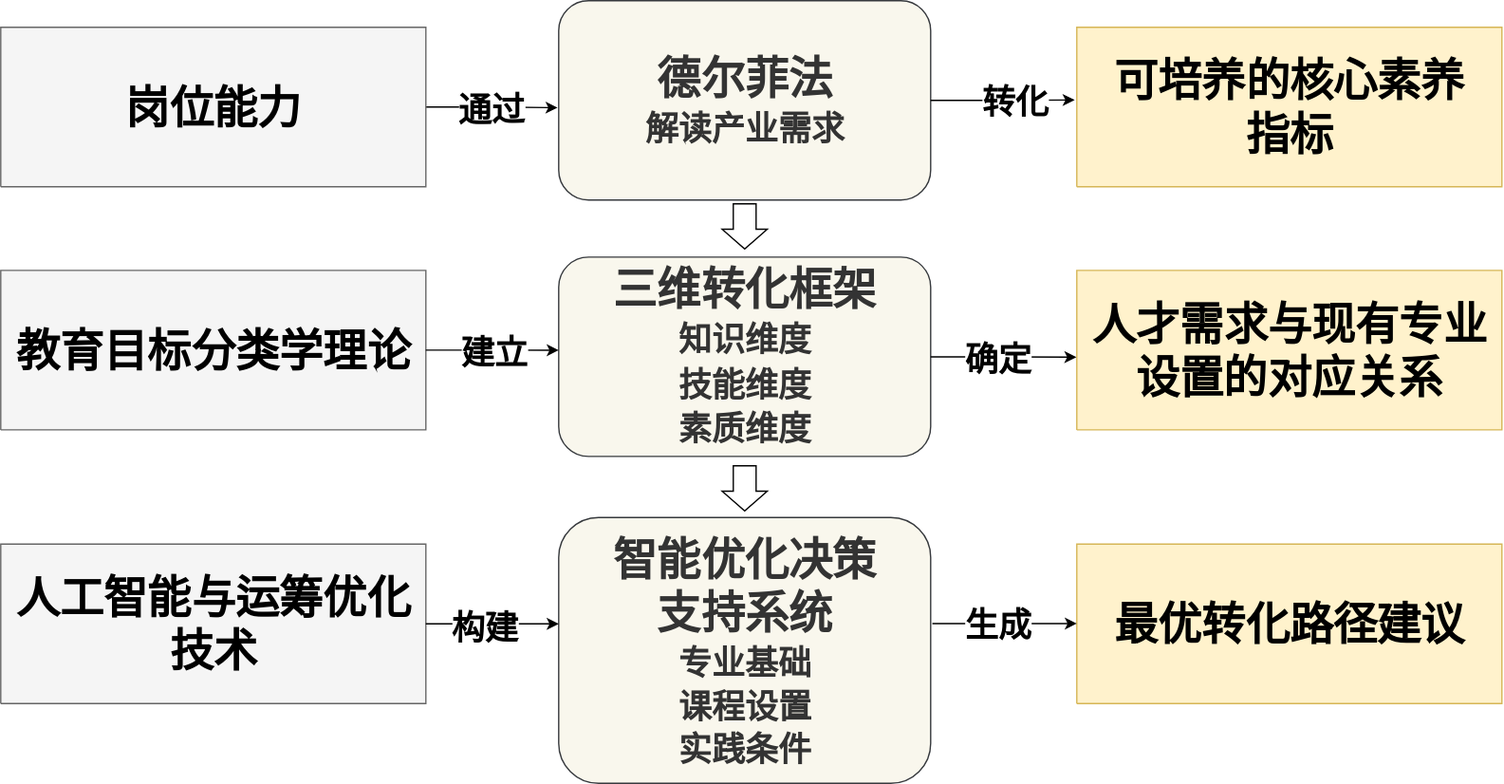
Above: 图3.drawio.svg in handsome-tony/picture (draw.io), before the change. Source tidied: cells renumbered, new cells last; positions are measured from the earlier drawing's top-left corner, leaving out a move shared by most shapes.
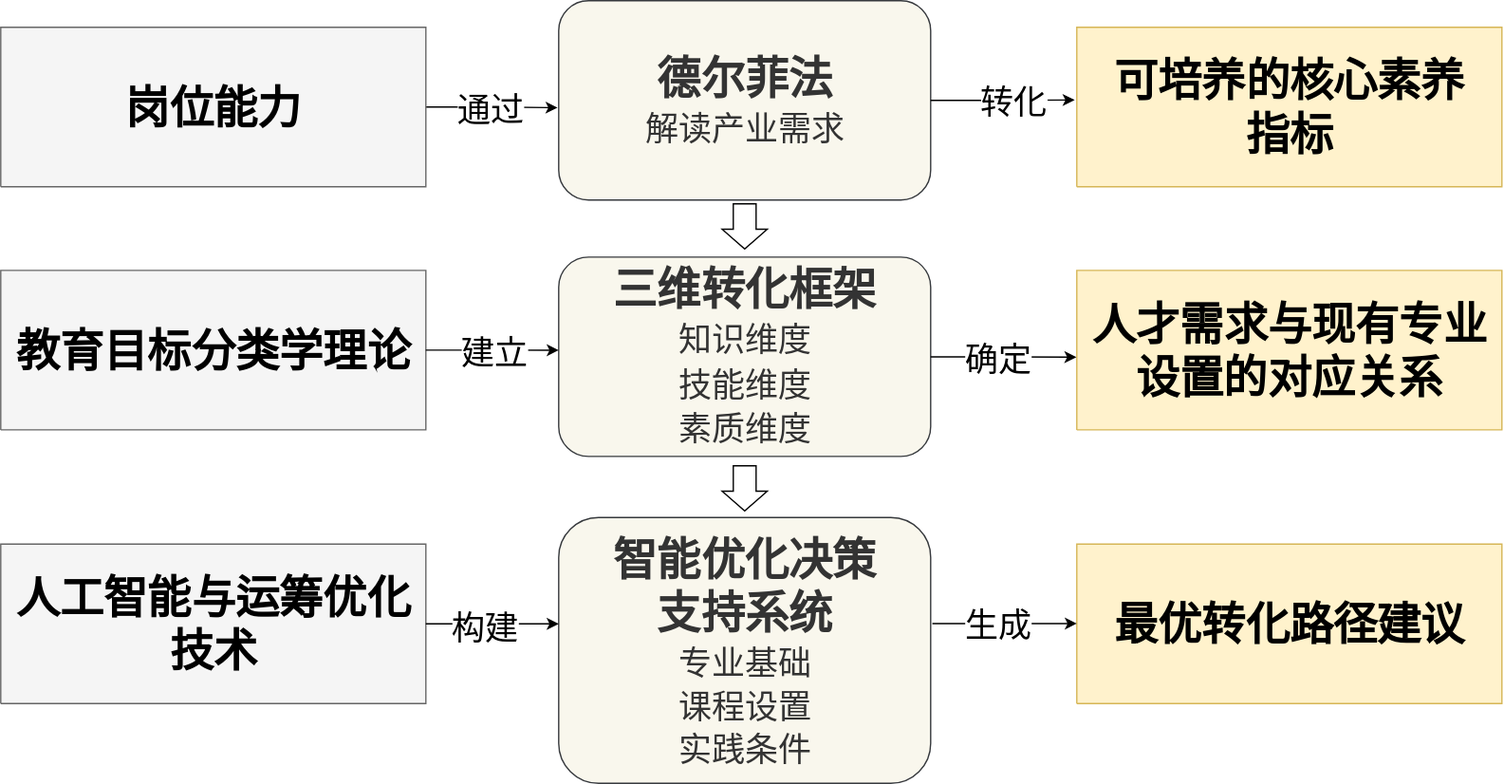
After the change.

Diff of the diagram source:
```diff
@@ -5,7 +5,7 @@
     <mxCell id="2" style="edgeStyle=orthogonalEdgeStyle;rounded=0;jettySize=auto;html=1;entryX=-0.003;entryY=0.537;entryDx=0;entryDy=0;entryPerimeter=0;" parent="1" edge="1" source="4" target="12">
       <mxGeometry relative="1" as="geometry" />
     </mxCell>
-    <mxCell id="3" value="&lt;font style=&quot;font-size: 25px;&quot;&gt;&lt;b&gt;通过&lt;/b&gt;&lt;/font&gt;" style="edgeLabel;html=1;align=center;verticalAlign=middle;" parent="2" vertex="1">
+    <mxCell id="3" value="&lt;font style=&quot;font-size: 25px;&quot;&gt;通过&lt;/font&gt;" style="edgeLabel;html=1;align=center;verticalAlign=middle;" parent="2" vertex="1">
       <mxGeometry x="-0.03" relative="1" as="geometry" />
     </mxCell>
     <mxCell id="4" value="&lt;div&gt;&lt;span style=&quot;background-color: transparent;&quot;&gt;&lt;font face=&quot;Helvetica&quot; style=&quot;font-size: 33px;&quot; color=&quot;#000000&quot;&gt;&lt;b style=&quot;&quot;&gt;岗位能力&lt;/b&gt;&lt;/font&gt;&lt;/span&gt;&lt;/div&gt;" style="verticalAlign=middle;align=center;overflow=width;vsdxID=4;fillColor=#f5f5f5;shape=(stored shape, 160 characters);strokeColor=#666666;spacingTop=-1;spacingBottom=-1;spacingLeft=-1;spacingRight=-1;points=[];labelBackgroundColor=none;rounded=0;html=1;whiteSpace=wrap;fontSize=28;fontColor=#333333;" parent="1" vertex="1">
@@ -20,7 +20,7 @@
     <mxCell id="7" value="&lt;div&gt;&lt;span style=&quot;background-color: transparent;&quot;&gt;&lt;font face=&quot;Helvetica&quot; style=&quot;font-size: 33px;&quot; color=&quot;#000000&quot;&gt;&lt;b style=&quot;&quot;&gt;可培养的核心素养&lt;/b&gt;&lt;/font&gt;&lt;/span&gt;&lt;/div&gt;&lt;div&gt;&lt;span style=&quot;background-color: transparent;&quot;&gt;&lt;font face=&quot;Helvetica&quot; style=&quot;font-size: 33px;&quot; color=&quot;#000000&quot;&gt;&lt;b style=&quot;&quot;&gt;指标&lt;/b&gt;&lt;/font&gt;&lt;/span&gt;&lt;/div&gt;" style="verticalAlign=middle;align=center;overflow=width;vsdxID=4;shape=(stored shape, 160 characters);spacingTop=-1;spacingBottom=-1;spacingLeft=-1;spacingRight=-1;points=[];labelBackgroundColor=none;rounded=0;html=1;whiteSpace=wrap;fontSize=28;fillColor=#fff2cc;strokeColor=#d6b656;" parent="1" vertex="1">
       <mxGeometry x="810" y="20" width="320" height="120" as="geometry" />
     </mxCell>
-    <mxCell id="8" value="&lt;div style=&quot;&quot;&gt;&lt;div style=&quot;color: rgb(51, 51, 51); font-size: 28px;&quot;&gt;&lt;span style=&quot;background-color: transparent; font-size: 33px;&quot;&gt;&lt;b style=&quot;&quot;&gt;&lt;font face=&quot;Helvetica&quot;&gt;智能优化决策&lt;/font&gt;&lt;/b&gt;&lt;/span&gt;&lt;/div&gt;&lt;div style=&quot;color: rgb(51, 51, 51); font-size: 28px;&quot;&gt;&lt;span style=&quot;background-color: transparent; font-size: 33px;&quot;&gt;&lt;b style=&quot;&quot;&gt;&lt;font face=&quot;Helvetica&quot;&gt;支持系统&lt;/font&gt;&lt;/b&gt;&lt;/span&gt;&lt;/div&gt;&lt;div style=&quot;color: rgb(51, 51, 51); font-size: 28px;&quot;&gt;&lt;b&gt;&lt;font&gt;&lt;span style=&quot;font-size: 25px;&quot;&gt;专业基础&lt;/span&gt;&lt;/font&gt;&lt;br&gt;&lt;/b&gt;&lt;/div&gt;&lt;div style=&quot;color: rgb(51, 51, 51); font-size: 28px;&quot;&gt;&lt;font&gt;&lt;span style=&quot;font-size: 25px;&quot;&gt;&lt;b&gt;课程设置&lt;/b&gt;&lt;/span&gt;&lt;/font&gt;&lt;/div&gt;&lt;div style=&quot;color: rgb(51, 51, 51);&quot;&gt;&lt;span style=&quot;font-size: 25px;&quot;&gt;&lt;b&gt;实践条件&lt;/b&gt;&lt;/span&gt;&lt;/div&gt;&lt;/div&gt;" style="rounded=1;whiteSpace=wrap;html=1;fillStyle=auto;fillColor=#f9f7ed;strokeColor=#36393d;" parent="1" vertex="1">
+    <mxCell id="8" value="&lt;div style=&quot;&quot;&gt;&lt;div style=&quot;color: rgb(51, 51, 51); font-size: 28px;&quot;&gt;&lt;span style=&quot;background-color: transparent; font-size: 33px;&quot;&gt;&lt;b style=&quot;&quot;&gt;&lt;font face=&quot;Helvetica&quot;&gt;智能优化决策&lt;/font&gt;&lt;/b&gt;&lt;/span&gt;&lt;/div&gt;&lt;div style=&quot;color: rgb(51, 51, 51); font-size: 28px;&quot;&gt;&lt;span style=&quot;background-color: transparent; font-size: 33px;&quot;&gt;&lt;b style=&quot;&quot;&gt;&lt;font face=&quot;Helvetica&quot;&gt;支持系统&lt;/font&gt;&lt;/b&gt;&lt;/span&gt;&lt;/div&gt;&lt;div style=&quot;color: rgb(51, 51, 51); font-size: 28px;&quot;&gt;&lt;font style=&quot;&quot;&gt;&lt;span style=&quot;font-size: 25px;&quot;&gt;专业基础&lt;/span&gt;&lt;/font&gt;&lt;br&gt;&lt;/div&gt;&lt;div style=&quot;color: rgb(51, 51, 51); font-size: 28px;&quot;&gt;&lt;font&gt;&lt;span style=&quot;font-size: 25px;&quot;&gt;课程设置&lt;/span&gt;&lt;/font&gt;&lt;/div&gt;&lt;div style=&quot;color: rgb(51, 51, 51);&quot;&gt;&lt;span style=&quot;font-size: 25px;&quot;&gt;实践条件&lt;/span&gt;&lt;/div&gt;&lt;/div&gt;" style="rounded=1;whiteSpace=wrap;html=1;fillStyle=auto;fillColor=#f9f7ed;strokeColor=#36393d;" parent="1" vertex="1">
       <mxGeometry x="420" y="389" width="280" height="200" as="geometry" />
     </mxCell>
     <mxCell id="9" value="&lt;span style=&quot;font-size: 33px;&quot;&gt;&lt;b style=&quot;&quot;&gt;&lt;font face=&quot;Helvetica&quot;&gt;人才需求与现有专业设置的对应关系&lt;/font&gt;&lt;/b&gt;&lt;/span&gt;" style="verticalAlign=middle;align=center;overflow=width;vsdxID=4;shape=(stored shape, 160 characters);spacingTop=-1;spacingBottom=-1;spacingLeft=-1;spacingRight=-1;points=[];labelBackgroundColor=none;rounded=0;html=1;whiteSpace=wrap;fontSize=28;fillColor=#fff2cc;strokeColor=#d6b656;" parent="1" vertex="1">
@@ -29,22 +29,22 @@
     <mxCell id="10" value="&lt;span style=&quot;font-size: 33px;&quot;&gt;&lt;b style=&quot;&quot;&gt;&lt;font face=&quot;Helvetica&quot;&gt;最优转化路径建议&lt;/font&gt;&lt;/b&gt;&lt;/span&gt;" style="verticalAlign=middle;align=center;overflow=width;vsdxID=4;shape=(stored shape, 160 characters);spacingTop=-1;spacingBottom=-1;spacingLeft=-1;spacingRight=-1;labelBackgroundColor=none;rounded=0;html=1;whiteSpace=wrap;fontSize=28;fillColor=#fff2cc;strokeColor=#d6b656;" parent="1" vertex="1">
       <mxGeometry x="810" y="409" width="320" height="120" as="geometry" />
     </mxCell>
-    <mxCell id="11" value="&lt;div style=&quot;&quot;&gt;&lt;div style=&quot;color: rgb(51, 51, 51); font-size: 28px;&quot;&gt;&lt;div style=&quot;color: rgb(51, 51, 51);&quot;&gt;&lt;span style=&quot;background-color: transparent; font-size: 33px;&quot;&gt;&lt;b style=&quot;&quot;&gt;&lt;font face=&quot;Helvetica&quot;&gt;三维转化框架&lt;/font&gt;&lt;/b&gt;&lt;/span&gt;&lt;/div&gt;&lt;div style=&quot;color: rgb(51, 51, 51);&quot;&gt;&lt;b&gt;&lt;span style=&quot;font-size: 25px;&quot;&gt;知识维度&lt;/span&gt;&lt;br&gt;&lt;/b&gt;&lt;/div&gt;&lt;div style=&quot;color: rgb(51, 51, 51);&quot;&gt;&lt;span style=&quot;font-size: 25px;&quot;&gt;&lt;b&gt;技能维度&lt;/b&gt;&lt;/span&gt;&lt;/div&gt;&lt;div style=&quot;color: rgb(51, 51, 51);&quot;&gt;&lt;span style=&quot;font-size: 25px;&quot;&gt;&lt;b&gt;素质维度&lt;/b&gt;&lt;/span&gt;&lt;/div&gt;&lt;/div&gt;&lt;/div&gt;" style="rounded=1;whiteSpace=wrap;html=1;fillStyle=auto;fillColor=#f9f7ed;strokeColor=#36393d;" parent="1" vertex="1">
+    <mxCell id="11" value="&lt;div style=&quot;&quot;&gt;&lt;div style=&quot;color: rgb(51, 51, 51); font-size: 28px;&quot;&gt;&lt;div style=&quot;color: rgb(51, 51, 51);&quot;&gt;&lt;span style=&quot;background-color: transparent; font-size: 33px;&quot;&gt;&lt;b style=&quot;&quot;&gt;&lt;font face=&quot;Helvetica&quot;&gt;三维转化框架&lt;/font&gt;&lt;/b&gt;&lt;/span&gt;&lt;/div&gt;&lt;div style=&quot;color: rgb(51, 51, 51);&quot;&gt;&lt;span style=&quot;font-size: 25px;&quot;&gt;知识维度&lt;/span&gt;&lt;br&gt;&lt;/div&gt;&lt;div style=&quot;color: rgb(51, 51, 51);&quot;&gt;&lt;span style=&quot;font-size: 25px;&quot;&gt;技能维度&lt;/span&gt;&lt;/div&gt;&lt;div style=&quot;color: rgb(51, 51, 51);&quot;&gt;&lt;span style=&quot;font-size: 25px;&quot;&gt;素质维度&lt;/span&gt;&lt;/div&gt;&lt;/div&gt;&lt;/div&gt;" style="rounded=1;whiteSpace=wrap;html=1;fillStyle=auto;fillColor=#f9f7ed;strokeColor=#36393d;" parent="1" vertex="1">
       <mxGeometry x="420" y="193" width="280" height="150" as="geometry" />
     </mxCell>
-    <mxCell id="12" value="&lt;div style=&quot;&quot;&gt;&lt;div style=&quot;color: rgb(51, 51, 51); font-size: 28px;&quot;&gt;&lt;div style=&quot;color: rgb(51, 51, 51);&quot;&gt;&lt;div style=&quot;color: rgb(51, 51, 51);&quot;&gt;&lt;span style=&quot;background-color: transparent; font-size: 33px;&quot;&gt;&lt;b style=&quot;&quot;&gt;德尔菲法&lt;/b&gt;&lt;/span&gt;&lt;/div&gt;&lt;div style=&quot;color: rgb(51, 51, 51);&quot;&gt;&lt;span style=&quot;font-size: 25px;&quot;&gt;&lt;b&gt;解读产业需求&lt;/b&gt;&lt;/span&gt;&lt;/div&gt;&lt;/div&gt;&lt;/div&gt;&lt;/div&gt;" style="rounded=1;whiteSpace=wrap;html=1;fillStyle=auto;fillColor=#f9f7ed;strokeColor=#36393d;" parent="1" vertex="1">
+    <mxCell id="12" value="&lt;div style=&quot;&quot;&gt;&lt;div style=&quot;color: rgb(51, 51, 51); font-size: 28px;&quot;&gt;&lt;div style=&quot;color: rgb(51, 51, 51);&quot;&gt;&lt;div style=&quot;color: rgb(51, 51, 51);&quot;&gt;&lt;span style=&quot;background-color: transparent; font-size: 33px;&quot;&gt;&lt;b style=&quot;&quot;&gt;德尔菲法&lt;/b&gt;&lt;/span&gt;&lt;/div&gt;&lt;div style=&quot;color: rgb(51, 51, 51);&quot;&gt;&lt;span style=&quot;font-size: 25px;&quot;&gt;解读产业需求&lt;/span&gt;&lt;/div&gt;&lt;/div&gt;&lt;/div&gt;&lt;/div&gt;" style="rounded=1;whiteSpace=wrap;html=1;fillStyle=auto;fillColor=#f9f7ed;strokeColor=#36393d;" parent="1" vertex="1">
       <mxGeometry x="420" width="280" height="150" as="geometry" />
     </mxCell>
     <mxCell id="13" style="edgeStyle=orthogonalEdgeStyle;rounded=0;jettySize=auto;html=1;entryX=-0.005;entryY=0.456;entryDx=0;entryDy=0;entryPerimeter=0;" parent="1" edge="1" source="12" target="7">
       <mxGeometry relative="1" as="geometry" />
     </mxCell>
-    <mxCell id="14" value="&lt;font style=&quot;font-size: 25px;&quot;&gt;&lt;b&gt;转化&lt;/b&gt;&lt;/font&gt;" style="edgeLabel;html=1;align=center;verticalAlign=middle;" parent="13" vertex="1">
+    <mxCell id="14" value="&lt;font style=&quot;font-size: 25px;&quot;&gt;转化&lt;/font&gt;" style="edgeLabel;html=1;align=center;verticalAlign=middle;" parent="13" vertex="1">
       <mxGeometry x="0.14" relative="1" as="geometry" />
     </mxCell>
     <mxCell id="15" style="edgeStyle=orthogonalEdgeStyle;rounded=0;jettySize=auto;html=1;entryX=0;entryY=0.467;entryDx=0;entryDy=0;entryPerimeter=0;" parent="1" edge="1" source="5" target="11">
       <mxGeometry relative="1" as="geometry" />
     </mxCell>
-    <mxCell id="16" value="&lt;font style=&quot;font-size: 25px;&quot;&gt;&lt;b&gt;建立&lt;/b&gt;&lt;/font&gt;" style="edgeLabel;html=1;align=center;verticalAlign=middle;" parent="15" vertex="1">
+    <mxCell id="16" value="&lt;font style=&quot;font-size: 25px;&quot;&gt;建立&lt;/font&gt;" style="edgeLabel;html=1;align=center;verticalAlign=middle;" parent="15" vertex="1">
       <mxGeometry x="-0.2" y="-2" relative="1" as="geometry">
         <mxPoint x="10" y="-2" as="offset" />
       </mxGeometry>
@@ -52,7 +52,7 @@
     <mxCell id="17" style="edgeStyle=orthogonalEdgeStyle;rounded=0;jettySize=auto;html=1;entryX=-0.001;entryY=0.544;entryDx=0;entryDy=0;entryPerimeter=0;" parent="1" edge="1" source="11" target="9">
       <mxGeometry relative="1" as="geometry" />
     </mxCell>
-    <mxCell id="18" value="&lt;font style=&quot;font-size: 25px;&quot;&gt;&lt;b&gt;确定&lt;/b&gt;&lt;/font&gt;" style="edgeLabel;html=1;align=center;verticalAlign=middle;" parent="17" vertex="1">
+    <mxCell id="18" value="&lt;font style=&quot;font-size: 25px;&quot;&gt;确定&lt;/font&gt;" style="edgeLabel;html=1;align=center;verticalAlign=middle;" parent="17" vertex="1">
       <mxGeometry x="0.09" y="-1" relative="1" as="geometry">
         <mxPoint x="-10" y="-1" as="offset" />
       </mxGeometry>
@@ -60,7 +60,7 @@
     <mxCell id="19" style="edgeStyle=orthogonalEdgeStyle;rounded=0;jettySize=auto;html=1;entryX=0;entryY=0.4;entryDx=0;entryDy=0;entryPerimeter=0;" parent="1" edge="1" source="6" target="8">
       <mxGeometry relative="1" as="geometry" />
     </mxCell>
-    <mxCell id="20" value="&lt;font style=&quot;font-size: 25px;&quot;&gt;&lt;b&gt;构建&lt;/b&gt;&lt;/font&gt;" style="edgeLabel;html=1;align=center;verticalAlign=middle;" parent="19" vertex="1">
+    <mxCell id="20" value="&lt;font style=&quot;font-size: 25px;&quot;&gt;构建&lt;/font&gt;" style="edgeLabel;html=1;align=center;verticalAlign=middle;" parent="19" vertex="1">
       <mxGeometry x="-0.12" y="-1" relative="1" as="geometry" />
     </mxCell>
     <mxCell id="21" style="edgeStyle=orthogonalEdgeStyle;rounded=0;orthogonalLoop=1;jettySize=auto;html=1;entryX=-0.004;entryY=0.671;entryDx=0;entryDy=0;entryPerimeter=0;" parent="1" edge="1">
@@ -72,7 +72,7 @@
         </Array>
       </mxGeometry>
     </mxCell>
-    <mxCell id="22" value="&lt;font style=&quot;font-size: 25px;&quot;&gt;&lt;b&gt;生成&lt;/b&gt;&lt;/font&gt;" style="edgeLabel;html=1;align=center;verticalAlign=middle;" parent="21" vertex="1">
+    <mxCell id="22" value="&lt;font style=&quot;font-size: 25px;&quot;&gt;生成&lt;/font&gt;" style="edgeLabel;html=1;align=center;verticalAlign=middle;" parent="21" vertex="1">
       <mxGeometry x="0.04" relative="1" as="geometry">
         <mxPoint x="-8" as="offset" />
       </mxGeometry>
```
